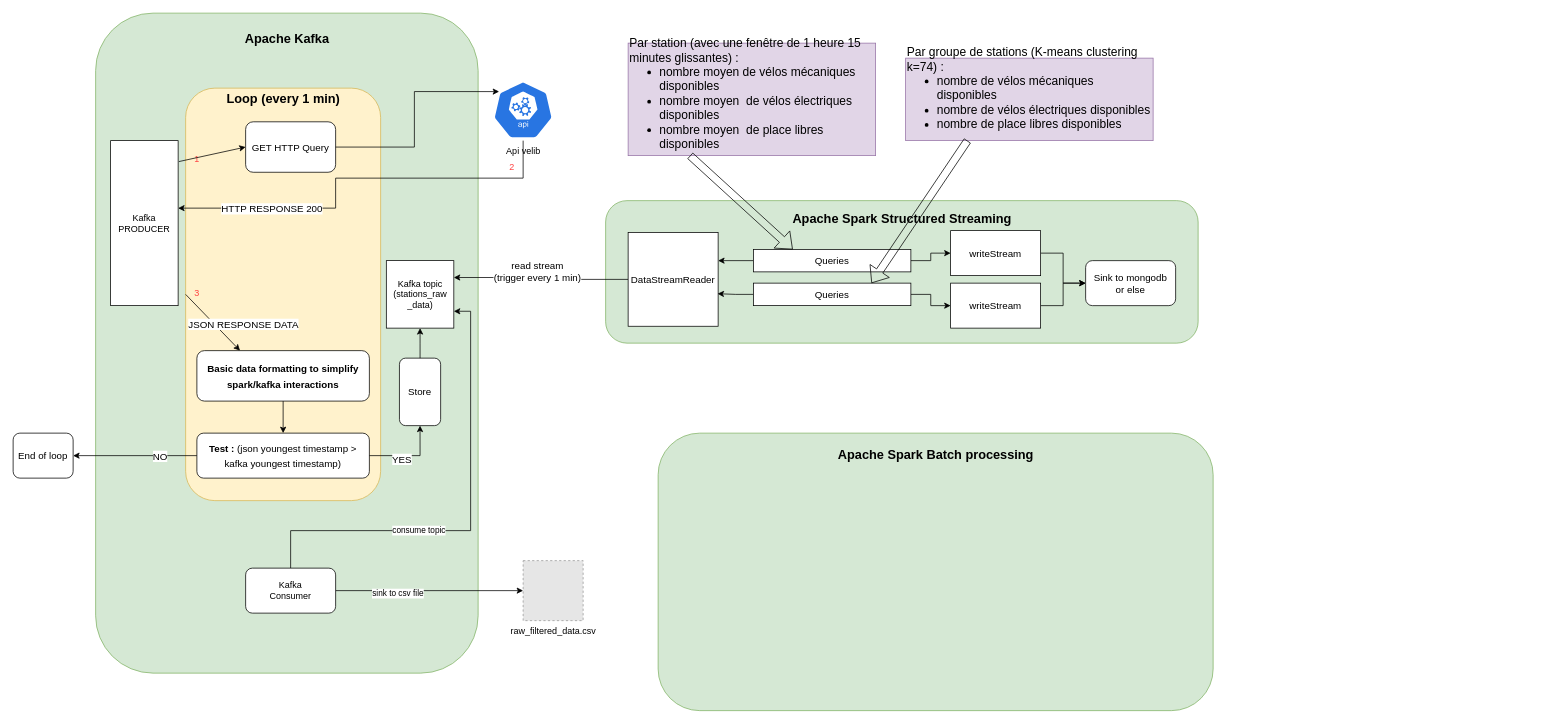
Earlier version of the draw.io diagram docs/App simple architecture.drawio (NicolasThaize/velib-prj). Source tidied: cells renumbered, new cells numbered last; positions are measured from the earlier drawing's top-left corner, leaving out a move shared by most shapes. Both pictures are drawn from the tidied source at 75%, with x=0, y=0 at pixel (13, 13). Pictures stored in the file or linked from it are replaced by grey dashed boxes.
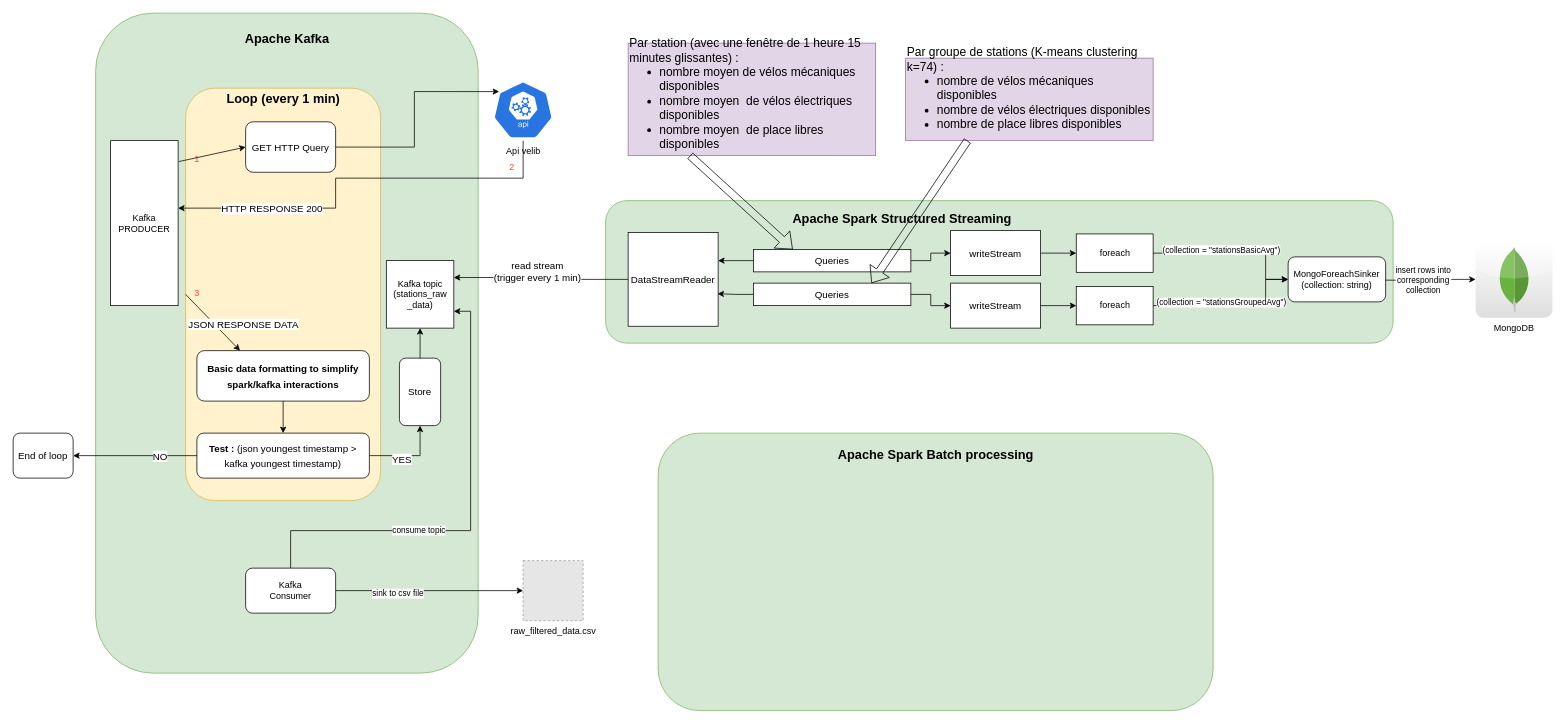
After the change.

Unchanged cells that the change refers to:
```xml
<mxCell id="33" value="writeStream" style="rounded=0;whiteSpace=wrap;html=1;fontSize=13;fontColor=#000000;" parent="1" vertex="1">
  <mxGeometry x="1250" y="290" width="120" height="60" as="geometry" />
</mxCell>
<mxCell id="49" value="writeStream" style="rounded=0;whiteSpace=wrap;html=1;fontSize=13;fontColor=#000000;" parent="1" vertex="1">
  <mxGeometry x="1250" y="360" width="120" height="60" as="geometry" />
</mxCell>
```

What changed in the source:
```diff
@@
     <mxCell id="5" style="rounded=1;whiteSpace=wrap;html=1;fillColor=#d5e8d4;strokeColor=#82b366;" parent="1" vertex="1">
-      <mxGeometry x="790" y="250" width="790" height="190" as="geometry" />
+      <mxGeometry x="790" y="250" width="1050" height="190" as="geometry" />
     </mxCell>
@@
-    <mxCell id="32" style="edgeStyle=orthogonalEdgeStyle;rounded=0;jettySize=auto;html=1;entryX=0;entryY=0.5;entryDx=0;entryDy=0;fontSize=13;fontColor=#000000;" parent="1" edge="1" source="33" target="40">
-      <mxGeometry relative="1" as="geometry" />
-    </mxCell>
+    <mxCell id="60" style="edgeStyle=orthogonalEdgeStyle;rounded=0;jettySize=auto;html=1;entryX=0;entryY=0.5;entryDx=0;entryDy=0;" parent="1" edge="1" source="33" target="64">
+      <mxGeometry relative="1" as="geometry" />
+    </mxCell>
@@
-    <mxCell id="40" value="Sink to mongodb&lt;br&gt;or else" style="rounded=1;whiteSpace=wrap;html=1;fontSize=13;fontColor=#000000;" parent="1" vertex="1">
-      <mxGeometry x="1430" y="330" width="120" height="60" as="geometry" />
-    </mxCell>
@@
-    <mxCell id="48" style="edgeStyle=orthogonalEdgeStyle;rounded=0;jettySize=auto;html=1;exitX=1;exitY=0.5;exitDx=0;exitDy=0;entryX=0;entryY=0.5;entryDx=0;entryDy=0;fontColor=#000000;" parent="1" edge="1" source="49" target="40">
-      <mxGeometry relative="1" as="geometry" />
-    </mxCell>
+    <mxCell id="61" style="edgeStyle=orthogonalEdgeStyle;rounded=0;jettySize=auto;html=1;entryX=0;entryY=0.5;entryDx=0;entryDy=0;" parent="1" edge="1" source="49" target="66">
+      <mxGeometry relative="1" as="geometry" />
+    </mxCell>
@@
+    <mxCell id="62" style="edgeStyle=orthogonalEdgeStyle;rounded=0;jettySize=auto;html=1;entryX=0;entryY=0.5;entryDx=0;entryDy=0;" parent="1" edge="1" source="64" target="69">
+      <mxGeometry relative="1" as="geometry">
+        <Array as="points">
+          <mxPoint x="1670" y="320" />
+          <mxPoint x="1670" y="355" />
+        </Array>
+      </mxGeometry>
+    </mxCell>
+    <mxCell id="63" value="(collection = &quot;stationsBasicAvg&quot;)" style="edgeLabel;html=1;align=center;verticalAlign=middle;" parent="62" vertex="1">
+      <mxGeometry x="-0.64" y="-1" relative="1" as="geometry">
+        <mxPoint x="51" y="-6" as="offset" />
+      </mxGeometry>
+    </mxCell>
+    <mxCell id="64" value="foreach" style="whiteSpace=wrap;html=1;" parent="1" vertex="1">
+      <mxGeometry x="1417.5" y="294.4" width="102.5" height="51.2" as="geometry" />
+    </mxCell>
+    <mxCell id="65" style="edgeStyle=orthogonalEdgeStyle;rounded=0;jettySize=auto;html=1;entryX=0;entryY=0.5;entryDx=0;entryDy=0;" parent="1" edge="1" source="66" target="69">
+      <mxGeometry relative="1" as="geometry">
+        <Array as="points">
+          <mxPoint x="1670" y="390" />
+          <mxPoint x="1670" y="355" />
+        </Array>
+      </mxGeometry>
+    </mxCell>
+    <mxCell id="66" value="foreach" style="whiteSpace=wrap;html=1;" parent="1" vertex="1">
+      <mxGeometry x="1417.5" y="364.4" width="102.5" height="51.2" as="geometry" />
+    </mxCell>
+    <mxCell id="67" style="edgeStyle=orthogonalEdgeStyle;rounded=0;jettySize=auto;html=1;" parent="1" edge="1" target="70">
+      <mxGeometry relative="1" as="geometry">
+        <mxPoint x="1829" y="356" as="sourcePoint" />
+      </mxGeometry>
+    </mxCell>
+    <mxCell id="68" value="insert rows into&lt;br&gt;corresponding &lt;br&gt;collection" style="edgeLabel;html=1;align=center;verticalAlign=middle;" parent="67" vertex="1">
+      <mxGeometry x="-0.21" y="-1" relative="1" as="geometry">
+        <mxPoint x="3" y="-2" as="offset" />
+      </mxGeometry>
+    </mxCell>
+    <mxCell id="69" value="MongoForeachSinker&lt;br&gt;(collection: string)" style="rounded=1;whiteSpace=wrap;html=1;" parent="1" vertex="1">
+      <mxGeometry x="1700" y="325" width="130" height="60" as="geometry" />
+    </mxCell>
+    <mxCell id="70" value="MongoDB" style="dashed=0;outlineConnect=0;html=1;align=center;labelPosition=center;verticalLabelPosition=bottom;verticalAlign=top;shape=mxgraph.webicons.mongodb;gradientColor=#DFDEDE;" parent="1" vertex="1">
+      <mxGeometry x="1950" y="303.8" width="102.4" height="102.4" as="geometry" />
+    </mxCell>
+    <mxCell id="71" value="(collection = &quot;stationsGroupedAvg&quot;)" style="edgeLabel;html=1;align=center;verticalAlign=middle;" parent="1" vertex="1">
+      <mxGeometry x="1610" y="385" as="geometry" />
+    </mxCell>
```
